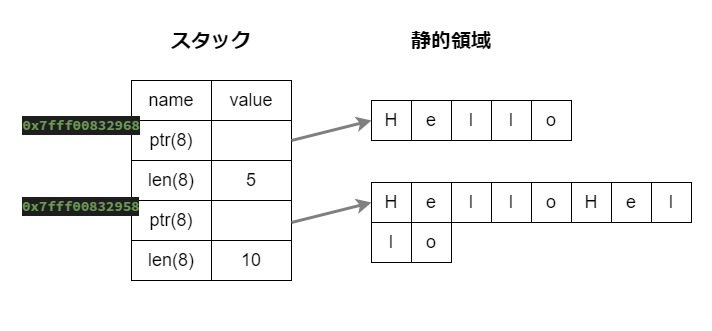
The draw.io diagram markdown/String/images/image02.png in kento-yoshidu/LearningRust, before a commit. Source tidied: cells renumbered, new cells last; positions are measured from the earlier drawing's top-left corner, leaving out a move shared by most shapes.
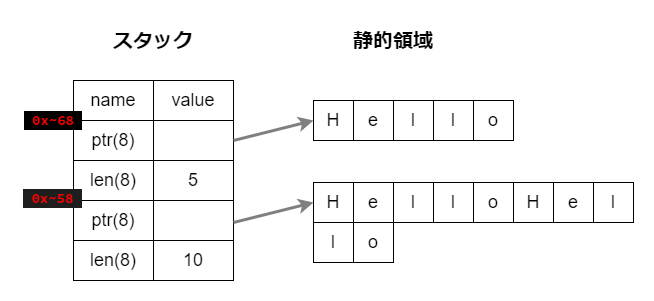
After the commit.

Diff of the diagram source:
```diff
@@ -91,14 +91,11 @@
     <mxCell id="30" value="e" style="rounded=0;whiteSpace=wrap;html=1;fontSize=18;" parent="1" vertex="1">
       <mxGeometry x="591" y="162" width="40" height="40" as="geometry" />
     </mxCell>
-    <mxCell id="31" value="&lt;span style=&quot;color: rgba(0, 0, 0, 0); font-family: monospace; font-size: 0px; text-align: start;&quot;&gt;%3CmxGraphModel%3E%3Croot%3E%3CmxCell%20id%3D%220%22%2F%3E%3CmxCell%20id%3D%221%22%20parent%3D%220%22%2F%3E%3CmxCell%20id%3D%222%22%20value%3D%22o%22%20style%3D%22rounded%3D0%3BwhiteSpace%3Dwrap%3Bhtml%3D1%3BfontSize%3D18%3B%22%20vertex%3D%221%22%20parent%3D%221%22%3E%3CmxGeometry%20x%3D%22560%22%20y%3D%22522%22%20width%3D%2240%22%20height%3D%2240%22%20as%3D%22geometry%22%2F%3E%3C%2FmxCell%3E%3C%2Froot%3E%3C%2FmxGraphModel%3E&lt;/span&gt;" style="text;html=1;strokeColor=none;fillColor=none;align=center;verticalAlign=middle;whiteSpace=wrap;rounded=0;" parent="1" vertex="1">
-      <mxGeometry x="321" y="260" width="60" height="30" as="geometry" />
+    <mxCell id="31" value="&lt;div style=&quot;font-family: &amp;quot;Source Code Pro for Powerline&amp;quot;, Consolas, &amp;quot;Courier New&amp;quot;, monospace; font-size: 14px; line-height: 19px;&quot;&gt;&lt;span style=&quot;&quot;&gt;&amp;nbsp;0x~68&amp;nbsp;&lt;/span&gt;&lt;/div&gt;" style="text;html=1;strokeColor=none;fillColor=none;align=center;verticalAlign=middle;whiteSpace=wrap;rounded=0;labelBackgroundColor=#000000;fontColor=#FF0000;" parent="1" vertex="1">
+      <mxGeometry x="61" y="85" width="60" height="30" as="geometry" />
     </mxCell>
-    <mxCell id="32" value="&lt;div style=&quot;color: rgb(212, 212, 212); background-color: rgb(30, 30, 30); font-family: &amp;quot;Source Code Pro for Powerline&amp;quot;, Consolas, &amp;quot;Courier New&amp;quot;, monospace; font-size: 14px; line-height: 19px;&quot;&gt;&lt;span style=&quot;color: #6a9955;&quot;&gt;0x7fff00832968&lt;/span&gt;&lt;/div&gt;" style="text;html=1;strokeColor=none;fillColor=none;align=center;verticalAlign=middle;whiteSpace=wrap;rounded=0;" parent="1" vertex="1">
-      <mxGeometry x="31" y="90" width="60" height="30" as="geometry" />
+    <mxCell id="32" value="&lt;div style=&quot;background-color: rgb(30, 30, 30); font-family: &amp;quot;Source Code Pro for Powerline&amp;quot;, Consolas, &amp;quot;Courier New&amp;quot;, monospace; font-weight: normal; font-size: 14px; line-height: 19px;&quot;&gt;&lt;div&gt;&lt;span style=&quot;&quot;&gt;&amp;nbsp;0x~58&amp;nbsp;&lt;/span&gt;&lt;/div&gt;&lt;/div&gt;" style="text;whiteSpace=wrap;html=1;fontColor=#FF0000;" parent="1" vertex="1">
+      <mxGeometry x="58.5" y="162" width="49" height="40" as="geometry" />
     </mxCell>
-    <mxCell id="33" value="&lt;div style=&quot;color: rgb(212, 212, 212); background-color: rgb(30, 30, 30); font-family: &amp;quot;Source Code Pro for Powerline&amp;quot;, Consolas, &amp;quot;Courier New&amp;quot;, monospace; font-weight: normal; font-size: 14px; line-height: 19px;&quot;&gt;&lt;div&gt;&lt;span style=&quot;color: #6a9955;&quot;&gt;0x7fff00832958&lt;/span&gt;&lt;/div&gt;&lt;/div&gt;" style="text;whiteSpace=wrap;html=1;" parent="1" vertex="1">
-      <mxGeometry y="170" width="150" height="40" as="geometry" />
-    </mxCell>
   </root>
 </mxGraphModel>
```
